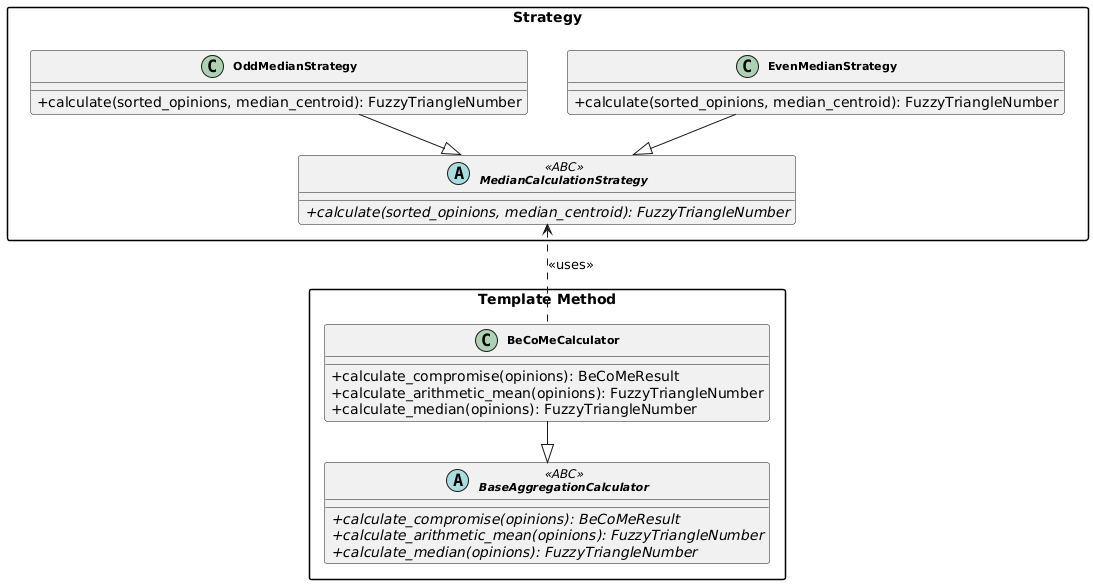
caitlon/BeCoMe keeps this PlantUML diagram as docs/uml-diagrams/en/diagrams/png/class-diagram-patterns.png. Above is the earlier version. Source of this version:
```plantuml
@startuml
skinparam classAttributeIconSize 0
skinparam classFontSize 11
skinparam classFontStyle bold
skinparam backgroundColor #FFFFFF
skinparam shadowing false
skinparam packageStyle rectangle
skinparam nodesep 40
skinparam ranksep 40



package "Strategy" {
    together {
        class OddMedianStrategy {
            + calculate(sorted_opinions, median_centroid): FuzzyTriangleNumber
        }

        class EvenMedianStrategy {
            + calculate(sorted_opinions, median_centroid): FuzzyTriangleNumber
        }
    }

    abstract class MedianCalculationStrategy <<ABC>> {
        + {abstract} calculate(sorted_opinions, median_centroid): FuzzyTriangleNumber
    }

    OddMedianStrategy --|> MedianCalculationStrategy
    EvenMedianStrategy --|> MedianCalculationStrategy
}


package "Template Method" {
    abstract class BaseAggregationCalculator <<ABC>> {
        + {abstract} calculate_compromise(opinions): BeCoMeResult
        + {abstract} calculate_arithmetic_mean(opinions): FuzzyTriangleNumber
        + {abstract} calculate_median(opinions): FuzzyTriangleNumber
    }

    class BeCoMeCalculator {
        + calculate_compromise(opinions): BeCoMeResult
        + calculate_arithmetic_mean(opinions): FuzzyTriangleNumber
        + calculate_median(opinions): FuzzyTriangleNumber
    }

    BeCoMeCalculator --|> BaseAggregationCalculator
}

MedianCalculationStrategy <.down. BeCoMeCalculator : <<uses>>
@enduml
```
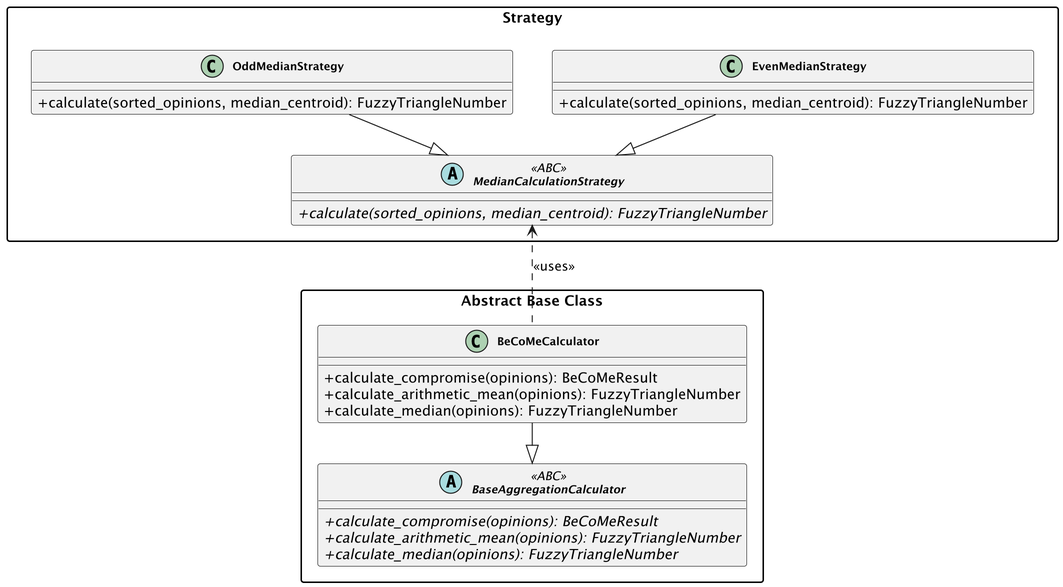
The same file after the commit.

What changed in the source:
```diff
@@ -1,4 +1,6 @@
-@startuml
+@startuml BeCoMe-Architecture-Patterns
+scale 2
+
 skinparam classAttributeIconSize 0
 skinparam classFontSize 11
 skinparam classFontStyle bold
@@ -30,7 +32,7 @@
 }
 
 
-package "Template Method" {
+package "Abstract Base Class" {
     abstract class BaseAggregationCalculator <<ABC>> {
         + {abstract} calculate_compromise(opinions): BeCoMeResult
         + {abstract} calculate_arithmetic_mean(opinions): FuzzyTriangleNumber
@@ -47,4 +49,5 @@
 }
 
 MedianCalculationStrategy <.down. BeCoMeCalculator : <<uses>>
+
 @enduml
```
